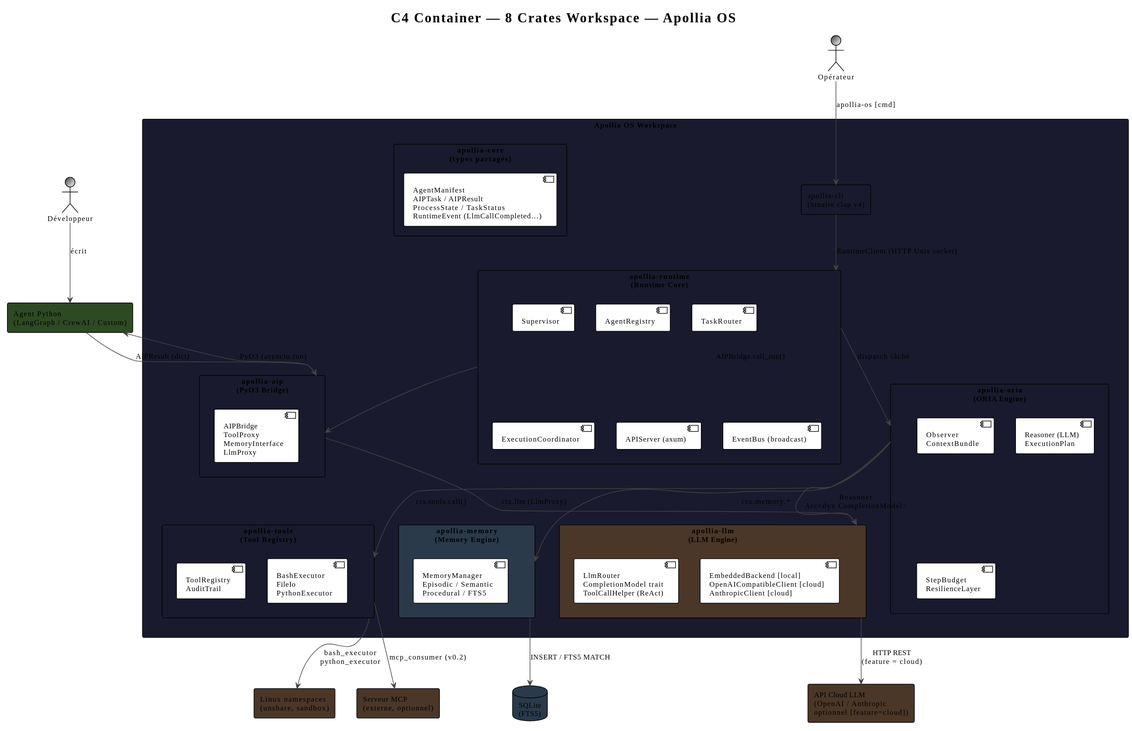
Before: book/src/architecture/diagrams/c4-container-runtime.svg, a diagram exported from PlantUML (nidal-z/apollia-os).
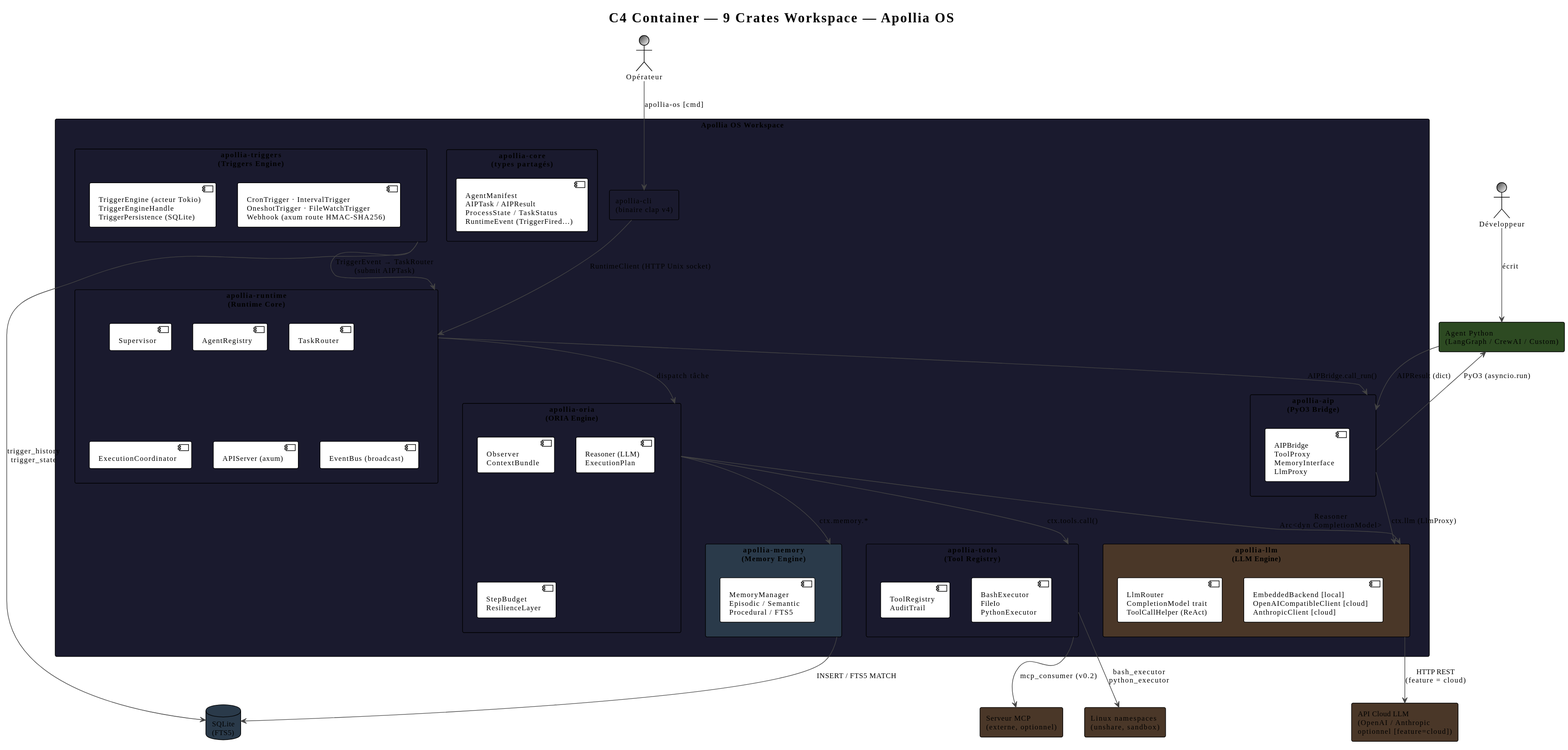
The same file after the commit.

Diff of the diagram source:
```diff
@@ -6,7 +6,7 @@
 skinparam ArrowColor #444444
 skinparam BorderColor #444444
 
-title C4 Container — 8 Crates Workspace — Apollia OS
+title C4 Container — 9 Crates Workspace — Apollia OS
 
 actor "Opérateur" as ops #3a3a3a/white
 actor "Développeur" as dev #3a3a3a/white
@@ -48,8 +48,13 @@
     component "EmbeddedBackend [local]\nOpenAICompatibleClient [cloud]\nAnthropicClient [cloud]" as backends
   }
 
+  rectangle "apollia-triggers\n(Triggers Engine)" as triggers #1a1a2e {
+    component "TriggerEngine (acteur Tokio)\nTriggerEngineHandle\nTriggerPersistence (SQLite)" as trigengine
+    component "CronTrigger · IntervalTrigger\nOneshotTrigger · FileWatchTrigger\nWebhook (axum route HMAC-SHA256)" as trigsources
+  }
+
   rectangle "apollia-core\n(types partagés)" as core #1a1a2e {
-    component "AgentManifest\nAIPTask / AIPResult\nProcessState / TaskStatus\nRuntimeEvent (LlmCallCompleted…)" as types
+    component "AgentManifest\nAIPTask / AIPResult\nProcessState / TaskStatus\nRuntimeEvent (TriggerFired…)" as types
   }
 }
 
@@ -77,5 +82,7 @@
 tools --> sandbox : bash_executor\npython_executor
 tools --> mcp : mcp_consumer (v0.2)
 memory --> sqlite : INSERT / FTS5 MATCH
+triggers --> runtime : TriggerEvent → TaskRouter\n(submit AIPTask)
+triggers --> sqlite : trigger_history\ntrigger_state
 llm --> cloudllm : HTTP REST\n(feature = cloud)
 @enduml
```
